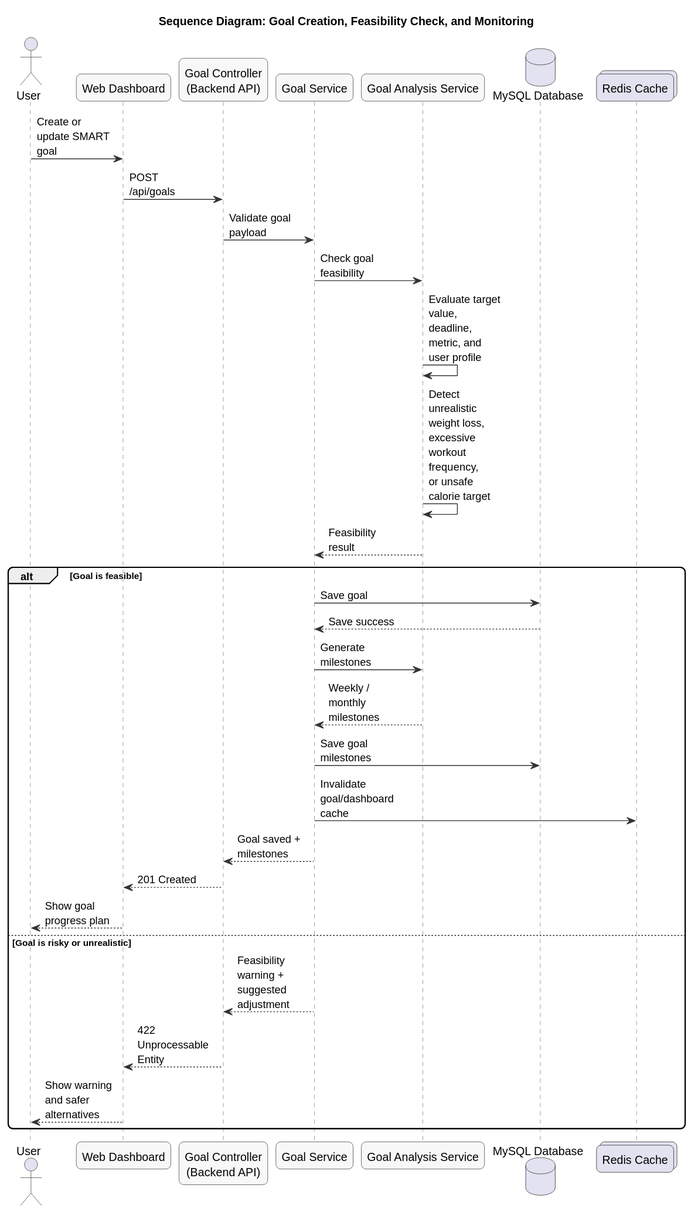
Earlier version of the PlantUML export docs/UML/rendered/svg/15_goal_management_sequence.svg (liyida233/AI-Nurtriion). Source of this version:
```plantuml
@startuml
title Sequence Diagram: Goal Creation, Feasibility Check, and Monitoring

skinparam backgroundColor white
skinparam shadowing false
skinparam roundcorner 12
skinparam maxMessageSize 90
skinparam sequence {
  ArrowColor #333333
  ActorBorderColor #333333
  LifeLineBorderColor #777777
  ParticipantBorderColor #333333
  ParticipantBackgroundColor #F8F8F8
}

actor User
participant "Web Dashboard" as Frontend
participant "Goal Controller\n(Backend API)" as GoalAPI
participant "Goal Service" as GoalService
participant "Goal Analysis Service" as GoalAnalysis
database "MySQL Database" as DB
collections "Redis Cache" as Redis

User -> Frontend: Create or update SMART goal
Frontend -> GoalAPI: POST /api/goals
GoalAPI -> GoalService: Validate goal payload
GoalService -> GoalAnalysis: Check goal feasibility

GoalAnalysis -> GoalAnalysis: Evaluate target value,\ndeadline, metric, and user profile
GoalAnalysis -> GoalAnalysis: Detect unrealistic weight loss,\nexcessive workout frequency,\nor unsafe calorie target
GoalAnalysis --> GoalService: Feasibility result

alt Goal is feasible
  GoalService -> DB: Save goal
  DB --> GoalService: Save success
  GoalService -> GoalAnalysis: Generate milestones
  GoalAnalysis --> GoalService: Weekly / monthly milestones
  GoalService -> DB: Save goal milestones
  GoalService -> Redis: Invalidate goal/dashboard cache
  GoalService --> GoalAPI: Goal saved + milestones
  GoalAPI --> Frontend: 201 Created
  Frontend --> User: Show goal progress plan
else Goal is risky or unrealistic
  GoalService --> GoalAPI: Feasibility warning + suggested adjustment
  GoalAPI --> Frontend: 422 Unprocessable Entity
  Frontend --> User: Show warning and safer alternatives
end
@enduml
```
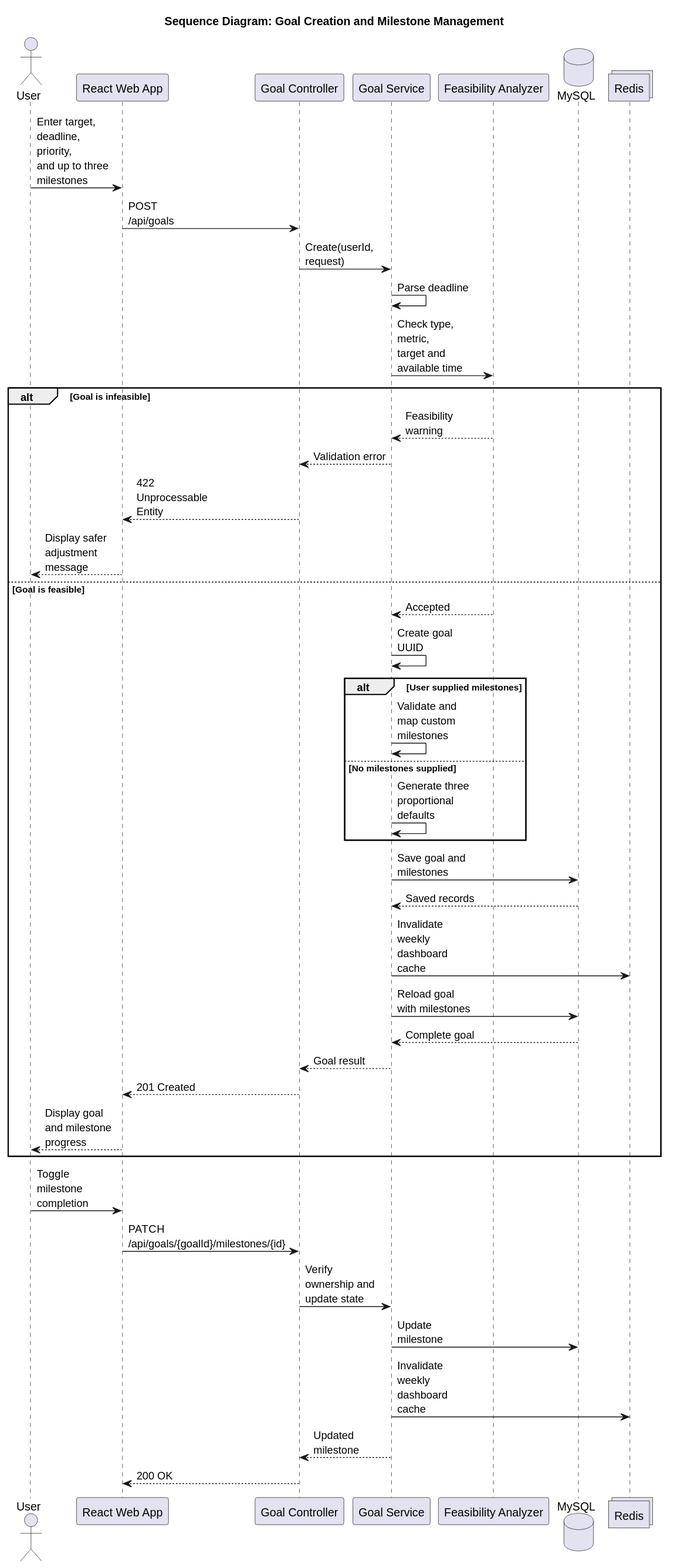
After the commit.

What changed in the source:
```diff
@@ -1,48 +1,54 @@
 @startuml
-title Sequence Diagram: Goal Creation, Feasibility Check, and Monitoring
+title Sequence Diagram: Goal Creation and Milestone Management
 
 skinparam backgroundColor white
 skinparam shadowing false
-skinparam roundcorner 12
 skinparam maxMessageSize 90
-skinparam sequence {
-  ArrowColor #333333
-  ActorBorderColor #333333
-  LifeLineBorderColor #777777
-  ParticipantBorderColor #333333
-  ParticipantBackgroundColor #F8F8F8
-}
 
 actor User
-participant "Web Dashboard" as Frontend
-participant "Goal Controller\n(Backend API)" as GoalAPI
-participant "Goal Service" as GoalService
-participant "Goal Analysis Service" as GoalAnalysis
-database "MySQL Database" as DB
-collections "Redis Cache" as Redis
+participant "React Web App" as Frontend
+participant "Goal Controller" as Controller
+participant "Goal Service" as Service
+participant "Feasibility Analyzer" as Analyzer
+database "MySQL" as DB
+collections "Redis" as Redis
 
-User -> Frontend: Create or update SMART goal
-Frontend -> GoalAPI: POST /api/goals
-GoalAPI -> GoalService: Validate goal payload
-GoalService -> GoalAnalysis: Check goal feasibility
+User -> Frontend: Enter target, deadline, priority,\nand up to three milestones
+Frontend -> Controller: POST /api/goals
+Controller -> Service: Create(userId, request)
+Service -> Service: Parse deadline
+Service -> Analyzer: Check type, metric,\ntarget and available time
 
-GoalAnalysis -> GoalAnalysis: Evaluate target value,\ndeadline, metric, and user profile
-GoalAnalysis -> GoalAnalysis: Detect unrealistic weight loss,\nexcessive workout frequency,\nor unsafe calorie target
-GoalAnalysis --> GoalService: Feasibility result
+alt Goal is infeasible
+  Analyzer --> Service: Feasibility warning
+  Service --> Controller: Validation error
+  Controller --> Frontend: 422 Unprocessable Entity
+  Frontend --> User: Display safer adjustment message
+else Goal is feasible
+  Analyzer --> Service: Accepted
+  Service -> Service: Create goal UUID
 
-alt Goal is feasible
-  GoalService -> DB: Save goal
-  DB --> GoalService: Save success
-  GoalService -> GoalAnalysis: Generate milestones
-  GoalAnalysis --> GoalService: Weekly / monthly milestones
-  GoalService -> DB: Save goal milestones
-  GoalService -> Redis: Invalidate goal/dashboard cache
-  GoalService --> GoalAPI: Goal saved + milestones
-  GoalAPI --> Frontend: 201 Created
-  Frontend --> User: Show goal progress plan
-else Goal is risky or unrealistic
-  GoalService --> GoalAPI: Feasibility warning + suggested adjustment
-  GoalAPI --> Frontend: 422 Unprocessable Entity
-  Frontend --> User: Show warning and safer alternatives
+  alt User supplied milestones
+    Service -> Service: Validate and map custom milestones
+  else No milestones supplied
+    Service -> Service: Generate three proportional defaults
+  end
+
+  Service -> DB: Save goal and milestones
+  DB --> Service: Saved records
+  Service -> Redis: Invalidate weekly dashboard cache
+  Service -> DB: Reload goal with milestones
+  DB --> Service: Complete goal
+  Service --> Controller: Goal result
+  Controller --> Frontend: 201 Created
+  Frontend --> User: Display goal and milestone progress
 end
+
+User -> Frontend: Toggle milestone completion
+Frontend -> Controller: PATCH /api/goals/{goalId}/milestones/{id}
+Controller -> Service: Verify ownership and update state
+Service -> DB: Update milestone
+Service -> Redis: Invalidate weekly dashboard cache
+Service --> Controller: Updated milestone
+Controller --> Frontend: 200 OK
 @enduml
```
